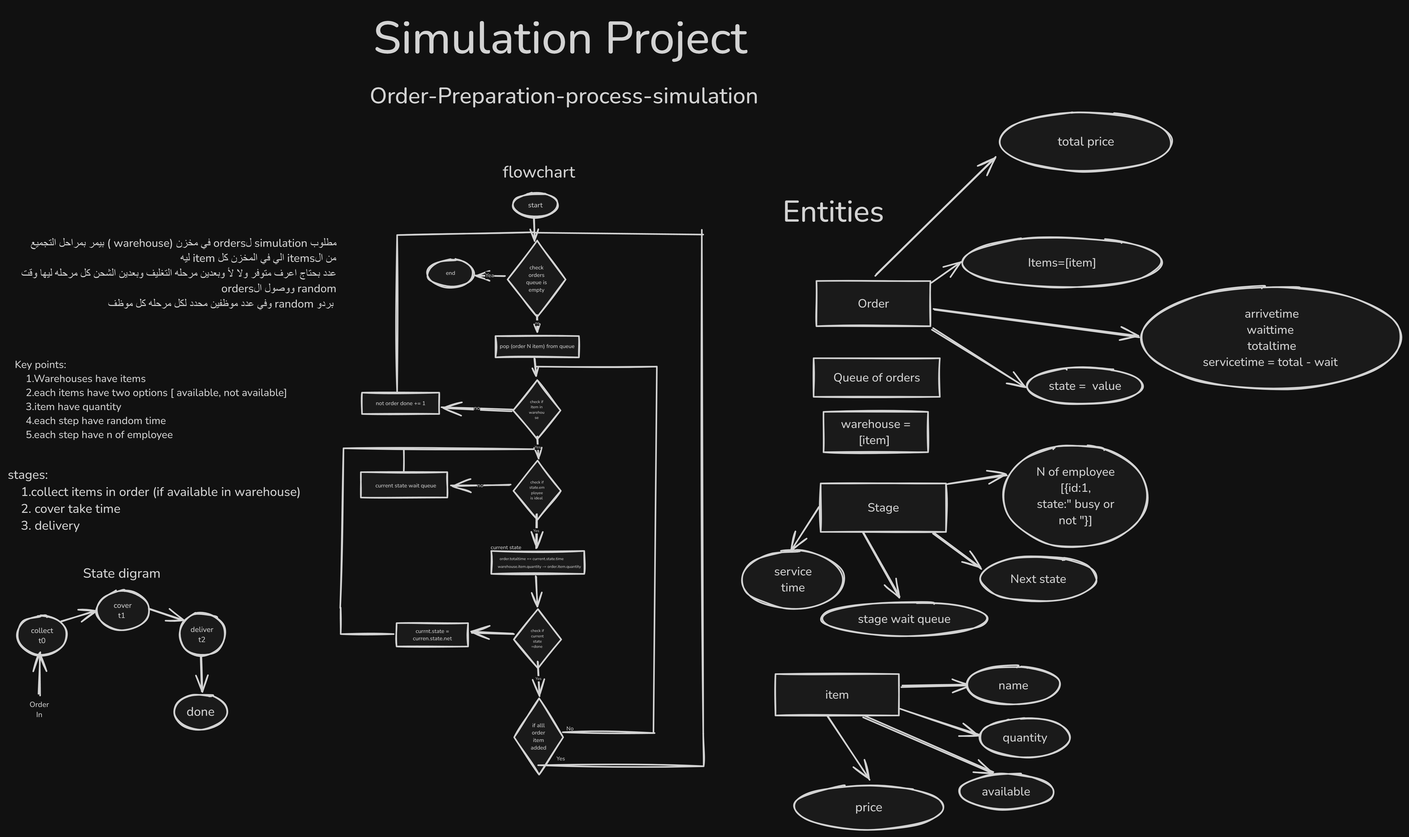
Earlier version of the Excalidraw export overview.png (AbdelhamedRagheb/Order-Preparation-process-simulation). Source tidied: one line per element, renumbered; positions are measured from the earlier drawing's top-left corner, leaving out a move shared by most shapes.
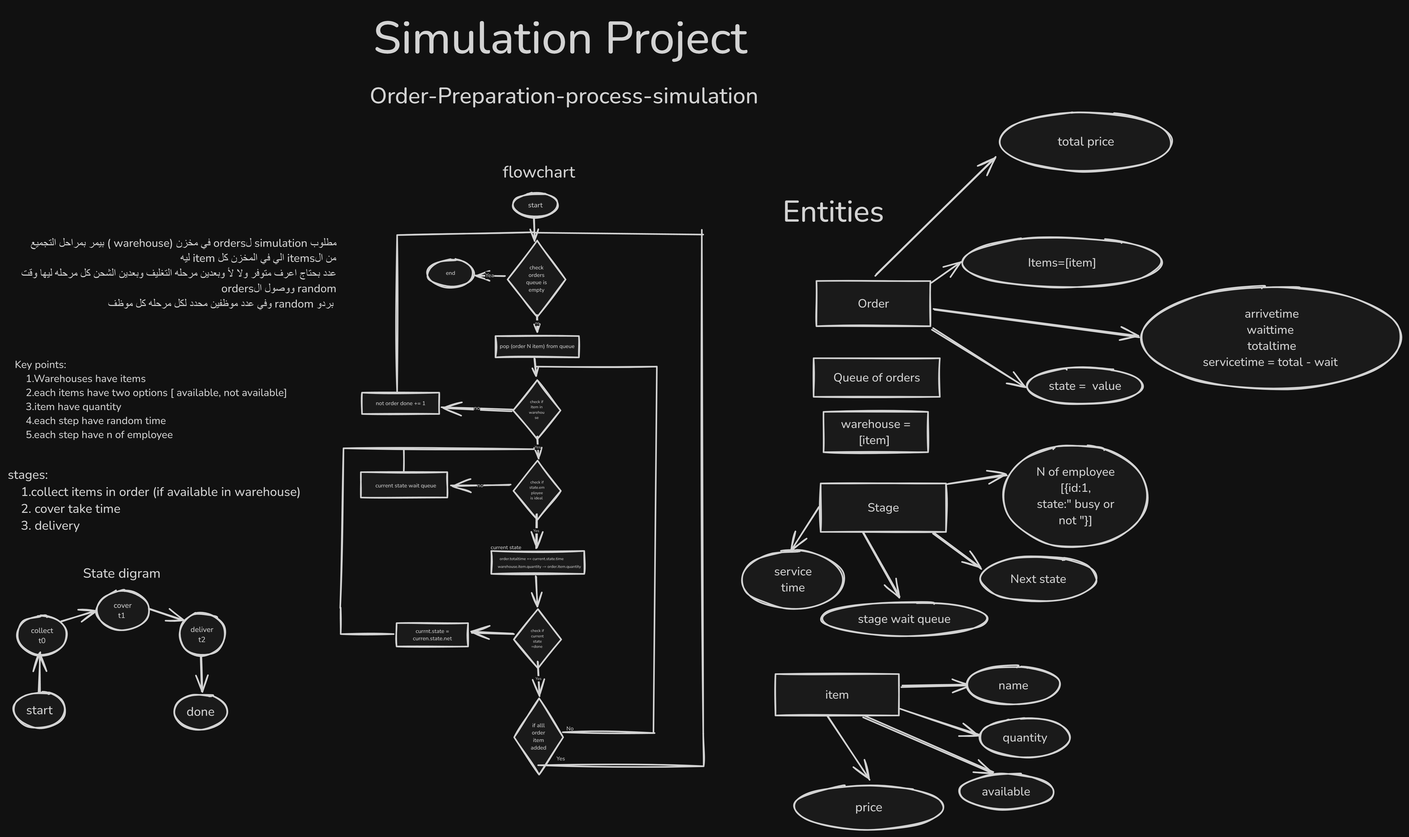
Above is the later version.

Diff of the diagram source:
```diff
@@ -13,7 +13,6 @@
 {"id": 12, "type": "arrow", "strokeColor": "#1e1e1e", "backgroundColor": "#f5f5f5", "fillStyle": "solid", "strokeWidth": 2, "roughness": 1, "endArrowhead": "arrow", "round": true, "from": 5, "to": 7, "x": 68, "y": 935, "width": 45, "height": 14, "points": [[0, 0], [45, -14]]}
 {"id": 13, "type": "arrow", "strokeColor": "#1e1e1e", "backgroundColor": "#f5f5f5", "fillStyle": "solid", "strokeWidth": 2, "roughness": 1, "endArrowhead": "arrow", "round": true, "from": 7, "to": 9, "x": 181, "y": 918, "width": 44, "height": 15, "points": [[0, 0], [44, 15]]}
 {"id": 14, "type": "arrow", "strokeColor": "#1e1e1e", "backgroundColor": "#f5f5f5", "fillStyle": "solid", "strokeWidth": 2, "roughness": 1, "endArrowhead": "arrow", "round": true, "from": 9, "x": 248, "y": 979, "width": 2, "height": 45, "points": [[0, 0], [2, 45]]}
-{"id": 15, "type": "text", "text": "Order\nIn", "strokeColor": "#1e1e1e", "backgroundColor": "#f5f5f5", "fillStyle": "solid", "strokeWidth": 2, "roughness": 1, "fontSize": 9.57, "fontFamily": 6, "textAlign": "center", "x": 28, "y": 1035, "width": 25, "height": 26}
 {"id": 16, "type": "text", "text": "flowchart", "strokeColor": "#1e1e1e", "backgroundColor": "#f5f5f5", "fillStyle": "solid", "strokeWidth": 2, "roughness": 1, "fontSize": 21.4, "fontFamily": 6, "textAlign": "center", "x": 635, "y": 343, "width": 93, "height": 29}
 {"id": 17, "type": "ellipse", "strokeColor": "#1e1e1e", "backgroundColor": "#f5f5f5", "fillStyle": "solid", "strokeWidth": 2, "roughness": 1, "x": 648, "y": 384, "width": 58, "height": 31}
 {"id": 18, "type": "text", "text": "start", "strokeColor": "#1e1e1e", "backgroundColor": "#f5f5f5", "fillStyle": "solid", "strokeWidth": 2, "roughness": 1, "fontSize": 8.81, "fontFamily": 6, "textAlign": "center", "verticalAlign": "middle", "inside": 17, "x": 668, "y": 394, "width": 19, "height": 12}
@@ -120,3 +119,5 @@
 {"id": 119, "type": "arrow", "strokeColor": "#1e1e1e", "backgroundColor": "#f5f5f5", "fillStyle": "solid", "strokeWidth": 2, "roughness": 1, "endArrowhead": "arrow", "round": true, "from": 75, "x": 1115, "y": 490, "width": 152, "height": 151, "points": [[0, 0], [152, -151]]}
 {"id": 120, "type": "ellipse", "strokeColor": "#1e1e1e", "backgroundColor": "#f5f5f5", "fillStyle": "solid", "strokeWidth": 2, "roughness": 1, "x": 1274, "y": 281, "width": 220, "height": 76}
 {"id": 121, "type": "text", "text": "total price", "strokeColor": "#1e1e1e", "backgroundColor": "#f5f5f5", "fillStyle": "solid", "strokeWidth": 2, "roughness": 1, "fontSize": 16, "fontFamily": 6, "textAlign": "center", "verticalAlign": "middle", "inside": 120, "x": 1348, "y": 307, "width": 73, "height": 22}
+{"id": 122, "type": "ellipse", "strokeColor": "#1e1e1e", "backgroundColor": "#f5f5f5", "fillStyle": "solid", "strokeWidth": 2, "roughness": 1, "x": 7, "y": 1025, "width": 67, "height": 46}
+{"id": 123, "type": "text", "text": "start", "strokeColor": "#1e1e1e", "backgroundColor": "#f5f5f5", "fillStyle": "solid", "strokeWidth": 2, "roughness": 1, "fontSize": 16, "fontFamily": 6, "textAlign": "center", "verticalAlign": "middle", "inside": 122, "x": 24, "y": 1038, "width": 34, "height": 22}
```
